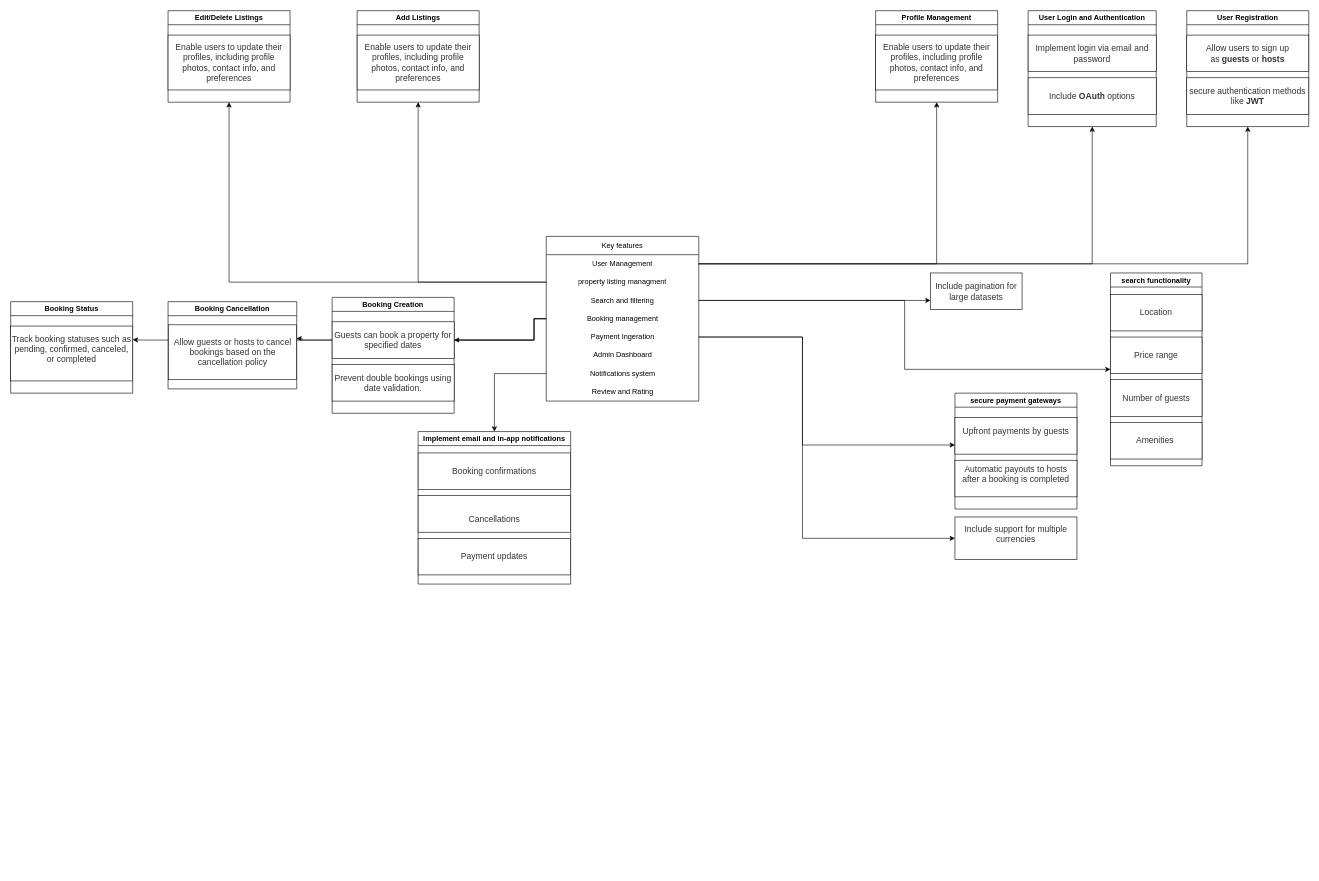
The draw.io diagram airBnB.drawio in Dinamow/alx-airbnb-project-documentation, before the edit. Source tidied: cells renumbered, new cells numbered last; positions are measured from the earlier drawing's top-left corner, leaving out a move shared by most shapes. Both pictures are drawn from the tidied source at 61%, with x=0, y=0 at pixel (10, 10).
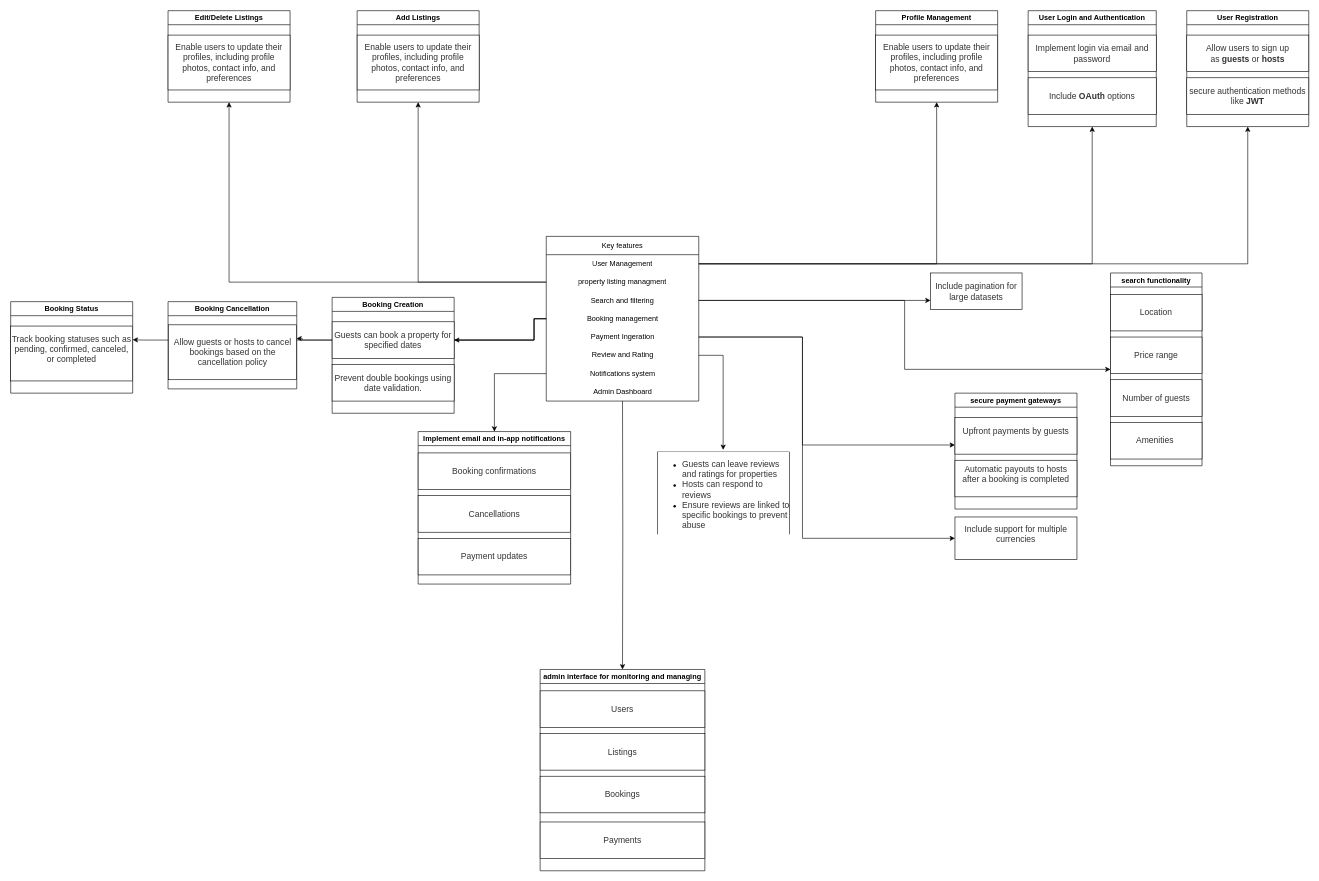
Above is the later version.

Unchanged cells that the change refers to:
```xml
<mxCell id="5" value="Key features" style="swimlane;fontStyle=0;horizontal=1;startSize=30;whiteSpace=wrap;html=1;align=center;" parent="1" vertex="1">
  <mxGeometry x="878" y="370" width="250" height="270" as="geometry" />
</mxCell>
<mxCell id="52" value="Implement email and in-app notifications" style="swimlane;" parent="1" vertex="1">
  <mxGeometry x="668" y="690" width="250" height="250" as="geometry" />
</mxCell>
```

Change to the diagram source:
```diff
@@
+    <mxCell id="13" value="Review and Rating" style="text;html=1;align=center;verticalAlign=middle;points=[];strokeColor=none;fillColor=none;" parent="5" vertex="1">
+      <mxGeometry y="180" width="250" height="30" as="geometry" />
+    </mxCell>
+    <mxCell id="12" value="Notifications system" style="text;html=1;align=center;verticalAlign=middle;points=[];strokeColor=none;fillColor=none;" parent="5" vertex="1">
+      <mxGeometry y="210" width="250" height="30" as="geometry" />
+    </mxCell>
     <mxCell id="11" value="Admin Dashboard" style="text;html=1;align=center;verticalAlign=middle;strokeColor=none;fillColor=none;" parent="5" vertex="1">
-      <mxGeometry y="180" width="250" height="30" as="geometry" />
+      <mxGeometry y="240" width="250" height="30" as="geometry" />
     </mxCell>
-    <mxCell id="12" value="Notifications system" style="text;html=1;align=center;verticalAlign=middle;points=[];strokeColor=none;fillColor=none;" parent="5" vertex="1">
-      <mxGeometry y="210" width="250" height="30" as="geometry" />
-    </mxCell>
-    <mxCell id="13" value="Review and Rating" style="text;html=1;align=center;verticalAlign=middle;points=[];strokeColor=none;fillColor=none;" parent="5" vertex="1">
-      <mxGeometry y="240" width="250" height="30" as="geometry" />
-    </mxCell>
@@
-    <mxCell id="54" value="&lt;font face=&quot;aktiv-grotesk, sans-serif&quot; color=&quot;#333333&quot;&gt;&lt;span style=&quot;font-size: 14px;&quot;&gt;&lt;br&gt;&lt;/span&gt;&lt;/font&gt;&lt;span style=&quot;background-color: rgb(255, 255, 255); color: rgb(51, 51, 51); font-family: aktiv-grotesk, sans-serif; font-size: 14px; text-align: left;&quot;&gt;Cancellations&lt;br&gt;&lt;/span&gt;" style="whiteSpace=wrap;html=1;align=center;newEdgeStyle={&quot;edgeStyle&quot;:&quot;elbowEdgeStyle&quot;,&quot;startArrow&quot;:&quot;none&quot;,&quot;endArrow&quot;:&quot;none&quot;};" parent="52" vertex="1">
+    <mxCell id="54" value="&lt;span style=&quot;background-color: rgb(255, 255, 255); color: rgb(51, 51, 51); font-family: aktiv-grotesk, sans-serif; font-size: 14px; text-align: left;&quot;&gt;Cancellations&lt;br&gt;&lt;/span&gt;" style="whiteSpace=wrap;html=1;align=center;newEdgeStyle={&quot;edgeStyle&quot;:&quot;elbowEdgeStyle&quot;,&quot;startArrow&quot;:&quot;none&quot;,&quot;endArrow&quot;:&quot;none&quot;};" parent="52" vertex="1">
       <mxGeometry y="105" width="250" height="60" as="geometry" />
     </mxCell>
@@
+    <mxCell id="57" value="admin interface for monitoring and managing" style="swimlane;" parent="1" vertex="1">
+      <mxGeometry x="868" y="1080" width="270" height="330" as="geometry" />
+    </mxCell>
+    <mxCell id="58" value="&lt;span style=&quot;background-color: rgb(255, 255, 255); color: rgb(51, 51, 51); font-family: aktiv-grotesk, sans-serif; font-size: 14px; text-align: left;&quot;&gt;Users&lt;/span&gt;" style="whiteSpace=wrap;html=1;align=center;newEdgeStyle={&quot;edgeStyle&quot;:&quot;elbowEdgeStyle&quot;,&quot;startArrow&quot;:&quot;none&quot;,&quot;endArrow&quot;:&quot;none&quot;};" parent="57" vertex="1">
+      <mxGeometry y="35" width="270" height="60" as="geometry" />
+    </mxCell>
+    <mxCell id="59" value="&lt;span style=&quot;background-color: rgb(255, 255, 255); color: rgb(51, 51, 51); font-family: aktiv-grotesk, sans-serif; font-size: 14px; text-align: left;&quot;&gt;Listings&lt;/span&gt;" style="whiteSpace=wrap;html=1;align=center;newEdgeStyle={&quot;edgeStyle&quot;:&quot;elbowEdgeStyle&quot;,&quot;startArrow&quot;:&quot;none&quot;,&quot;endArrow&quot;:&quot;none&quot;};" parent="57" vertex="1">
+      <mxGeometry y="105" width="270" height="60" as="geometry" />
+    </mxCell>
+    <mxCell id="60" value="&lt;div&gt;&lt;span style=&quot;background-color: rgb(255, 255, 255); color: rgb(51, 51, 51); font-family: aktiv-grotesk, sans-serif; font-size: 14px; text-align: left;&quot;&gt;Bookings&lt;/span&gt;&lt;/div&gt;" style="whiteSpace=wrap;html=1;align=center;newEdgeStyle={&quot;edgeStyle&quot;:&quot;elbowEdgeStyle&quot;,&quot;startArrow&quot;:&quot;none&quot;,&quot;endArrow&quot;:&quot;none&quot;};" parent="57" vertex="1">
+      <mxGeometry y="175" width="270" height="60" as="geometry" />
+    </mxCell>
+    <mxCell id="61" value="&lt;span style=&quot;background-color: rgb(255, 255, 255); color: rgb(51, 51, 51); font-family: aktiv-grotesk, sans-serif; font-size: 14px; text-align: left;&quot;&gt;Payments&lt;/span&gt;" style="whiteSpace=wrap;html=1;align=center;newEdgeStyle={&quot;edgeStyle&quot;:&quot;elbowEdgeStyle&quot;,&quot;startArrow&quot;:&quot;none&quot;,&quot;endArrow&quot;:&quot;none&quot;};" parent="57" vertex="1">
+      <mxGeometry y="250" width="270" height="60" as="geometry" />
+    </mxCell>
+    <mxCell id="62" style="edgeStyle=orthogonalEdgeStyle;rounded=0;jettySize=auto;html=1;entryX=0.5;entryY=0;entryDx=0;entryDy=0;" parent="1" edge="1" target="57">
+      <mxGeometry relative="1" as="geometry">
+        <mxPoint x="1003" y="640" as="sourcePoint" />
+      </mxGeometry>
+    </mxCell>
+    <mxCell id="63" value="&lt;div&gt;&lt;ul&gt;&lt;li&gt;&lt;span style=&quot;color: rgb(51, 51, 51); font-family: aktiv-grotesk, sans-serif; font-size: 14px;&quot;&gt;Guests can leave reviews and ratings for properties&lt;/span&gt;&lt;/li&gt;&lt;li&gt;&lt;span style=&quot;color: rgb(51, 51, 51); font-family: aktiv-grotesk, sans-serif; font-size: 14px;&quot;&gt;Hosts can respond to reviews&lt;/span&gt;&lt;/li&gt;&lt;li&gt;&lt;span style=&quot;color: rgb(51, 51, 51); font-family: aktiv-grotesk, sans-serif; font-size: 14px;&quot;&gt;Ensure reviews are linked to specific bookings to prevent abuse&lt;/span&gt;&lt;/li&gt;&lt;/ul&gt;&lt;/div&gt;" style="text;strokeColor=none;fillColor=none;html=1;whiteSpace=wrap;verticalAlign=middle;overflow=hidden;labelBackgroundColor=default;labelBorderColor=default;" parent="1" vertex="1">
+      <mxGeometry x="1058" y="720" width="220" height="140" as="geometry" />
+    </mxCell>
+    <mxCell id="64" style="edgeStyle=orthogonalEdgeStyle;rounded=0;jettySize=auto;html=1;entryX=0.5;entryY=0;entryDx=0;entryDy=0;" parent="1" edge="1" source="13" target="63">
+      <mxGeometry relative="1" as="geometry">
+        <Array as="points">
+          <mxPoint x="1168" y="565" />
+        </Array>
+      </mxGeometry>
+    </mxCell>
```
